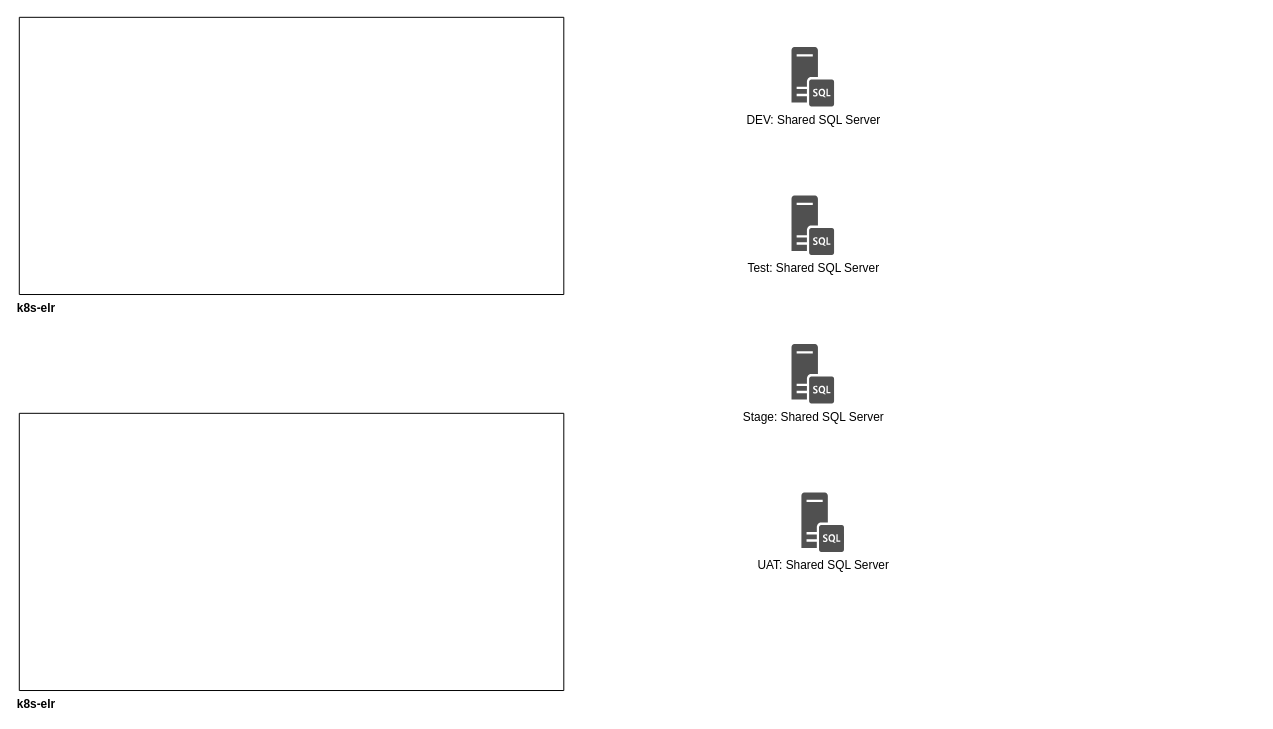
Before: k8s.drawio in rvashishth/diagrams-draw-io, a draw.io diagram. Source tidied: cells renumbered, new cells numbered last; positions are measured from the earlier drawing's top-left corner, leaving out a move shared by most shapes. Both pictures are drawn from the tidied source at 99%, with x=0, y=0 at pixel (19, 17).
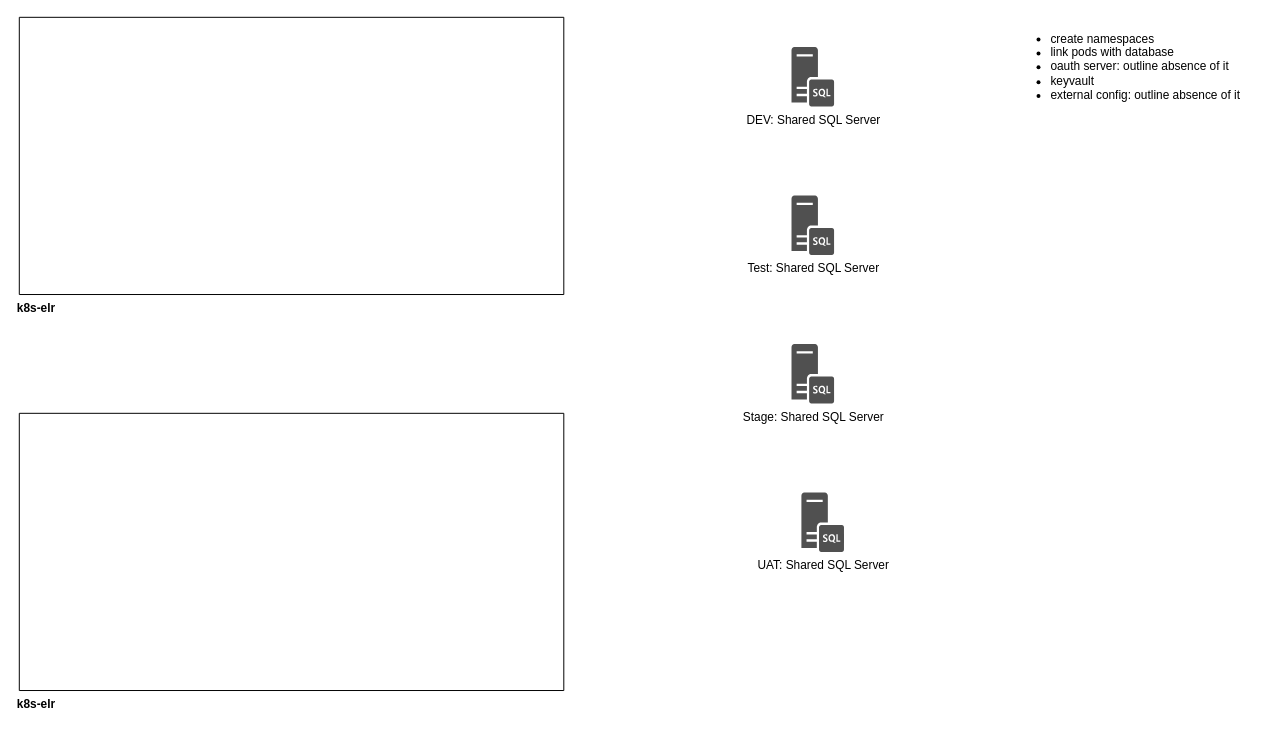
The same page after the edit.

Diff of the diagram source:
```diff
@@
 <mxGraphModel>
   <root>
     <mxCell id="0" />
     <mxCell id="1" parent="0" />
     <mxCell id="2" value="k8s-elr" style="swimlane;startSize=0;labelPosition=left;verticalLabelPosition=bottom;align=right;verticalAlign=top;textDirection=rtl;" parent="1" vertex="1">
       <mxGeometry width="550" height="280" as="geometry" />
     </mxCell>
     <mxCell id="3" value="DEV: Shared SQL Server" style="sketch=0;shadow=0;dashed=0;html=1;strokeColor=none;fillColor=#505050;labelPosition=center;verticalLabelPosition=bottom;verticalAlign=top;align=center;shape=mxgraph.office.servers.sql_server;textDirection=ltr;" parent="1" vertex="1">
       <mxGeometry x="780" y="30" width="43" height="60" as="geometry" />
     </mxCell>
     <mxCell id="4" value="Test: Shared SQL Server" style="sketch=0;shadow=0;dashed=0;html=1;strokeColor=none;fillColor=#505050;labelPosition=center;verticalLabelPosition=bottom;verticalAlign=top;align=center;shape=mxgraph.office.servers.sql_server;textDirection=ltr;" parent="1" vertex="1">
       <mxGeometry x="780" y="180" width="43" height="60" as="geometry" />
     </mxCell>
     <mxCell id="5" value="UAT: Shared SQL Server" style="sketch=0;shadow=0;dashed=0;html=1;strokeColor=none;fillColor=#505050;labelPosition=center;verticalLabelPosition=bottom;verticalAlign=top;align=center;shape=mxgraph.office.servers.sql_server;" parent="1" vertex="1">
       <mxGeometry x="790" y="480" width="43" height="60" as="geometry" />
     </mxCell>
     <mxCell id="6" value="Stage: Shared SQL Server" style="sketch=0;shadow=0;dashed=0;html=1;strokeColor=none;fillColor=#505050;labelPosition=center;verticalLabelPosition=bottom;verticalAlign=top;align=center;shape=mxgraph.office.servers.sql_server;textDirection=ltr;" parent="1" vertex="1">
       <mxGeometry x="780" y="330" width="43" height="60" as="geometry" />
     </mxCell>
     <mxCell id="7" value="k8s-elr" style="swimlane;startSize=0;labelPosition=left;verticalLabelPosition=bottom;align=right;verticalAlign=top;textDirection=rtl;" parent="1" vertex="1">
       <mxGeometry y="400" width="550" height="280" as="geometry" />
     </mxCell>
+    <mxCell id="8" value="&lt;ul&gt;&lt;li&gt;create namespaces&lt;/li&gt;&lt;li&gt;link pods with database&lt;/li&gt;&lt;li&gt;oauth server: outline absence of it&lt;/li&gt;&lt;li&gt;keyvault&lt;/li&gt;&lt;li&gt;external config: outline absence of it&lt;/li&gt;&lt;/ul&gt;" style="text;html=1;align=left;verticalAlign=middle;strokeColor=none;fillColor=none;" parent="1" vertex="1">
+      <mxGeometry x="1000" width="250" height="100" as="geometry" />
+    </mxCell>
   </root>
 </mxGraphModel>
```
